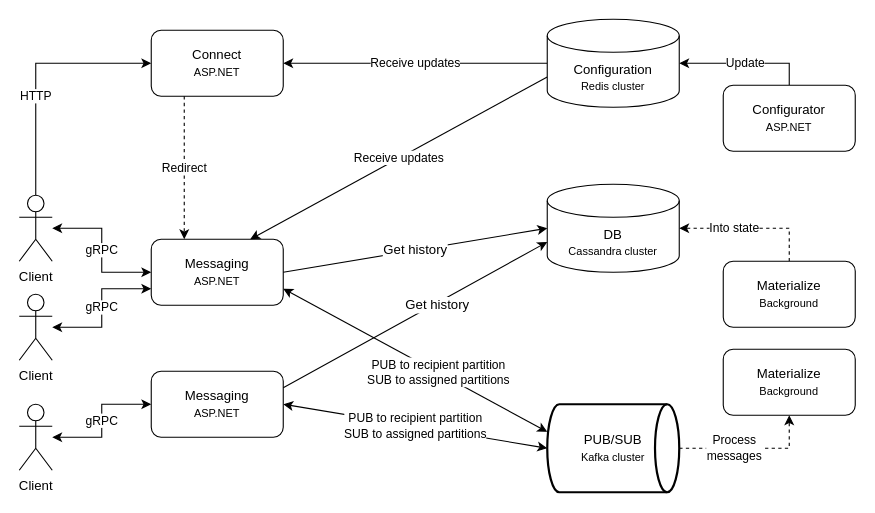
Earlier version of the draw.io diagram docs/cecochat-01-overall.drawio (cvetomir-todorov/CecoChat). Source tidied: cells renumbered, new cells numbered last; positions are measured from the earlier drawing's top-left corner, leaving out a move shared by most shapes. Both pictures are drawn from the tidied source at 110%, with x=0, y=0 at pixel (19, 19).
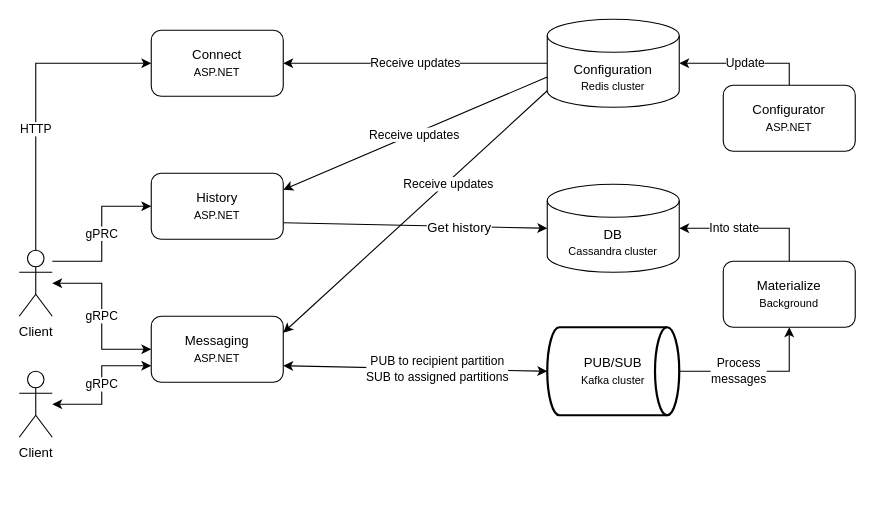
The same page after the edit.

Commit message (it also covers changes not shown here):
Add history server to design diagrams

The change refers to these unchanged cells:
```xml
<mxCell id="15" value="DB&lt;br&gt;&lt;font style=&quot;font-size: 10px&quot;&gt;Cassandra cluster&lt;/font&gt;" style="shape=cylinder3;whiteSpace=wrap;html=1;boundedLbl=1;backgroundOutline=1;size=15;" parent="1" vertex="1">
  <mxGeometry x="480" y="150" width="120" height="80" as="geometry" />
</mxCell>
<mxCell id="19" value="&lt;font style=&quot;font-size: 12px&quot;&gt;Connect&lt;/font&gt;&lt;br&gt;&lt;font style=&quot;font-size: 10px&quot;&gt;ASP.NET&lt;/font&gt;" style="rounded=1;whiteSpace=wrap;html=1;" parent="1" vertex="1">
  <mxGeometry x="120" y="10" width="120" height="60" as="geometry" />
</mxCell>
<mxCell id="27" value="Configuration&lt;br&gt;&lt;font style=&quot;font-size: 10px&quot;&gt;Redis cluster&lt;/font&gt;" style="shape=cylinder3;whiteSpace=wrap;html=1;boundedLbl=1;backgroundOutline=1;size=15;" parent="1" vertex="1">
  <mxGeometry x="480" width="120" height="80" as="geometry" />
</mxCell>
```

Diff of the diagram source:
```diff
@@
+    <mxCell id="28" value="gPRC" style="edgeStyle=orthogonalEdgeStyle;rounded=0;jettySize=auto;html=1;entryX=0;entryY=0.5;entryDx=0;entryDy=0;" parent="1" edge="1" source="4" target="29">
+      <mxGeometry relative="1" as="geometry">
+        <Array as="points">
+          <mxPoint x="75" y="220" />
+          <mxPoint x="75" y="170" />
+        </Array>
+      </mxGeometry>
+    </mxCell>
     <mxCell id="4" value="Client" style="shape=umlActor;verticalLabelPosition=bottom;verticalAlign=top;html=1;outlineConnect=0;" parent="1" vertex="1">
-      <mxGeometry y="160" width="30" height="60" as="geometry" />
+      <mxGeometry y="210" width="30" height="60" as="geometry" />
     </mxCell>
-    <mxCell id="5" value="gRPC" style="edgeStyle=orthogonalEdgeStyle;rounded=0;jettySize=auto;html=1;entryX=0;entryY=0.5;entryDx=0;entryDy=0;startArrow=classic;startFill=1;" parent="1" edge="1" source="6" target="12">
-      <mxGeometry relative="1" as="geometry" />
-    </mxCell>
-    <mxCell id="6" value="Client" style="shape=umlActor;verticalLabelPosition=bottom;verticalAlign=top;html=1;outlineConnect=0;" parent="1" vertex="1">
-      <mxGeometry y="350" width="30" height="60" as="geometry" />
-    </mxCell>
@@
     <mxCell id="8" value="Client" style="shape=umlActor;verticalLabelPosition=bottom;verticalAlign=top;html=1;outlineConnect=0;" parent="1" vertex="1">
-      <mxGeometry y="250" width="30" height="60" as="geometry" />
+      <mxGeometry y="320" width="30" height="60" as="geometry" />
     </mxCell>
-    <mxCell id="9" value="PUB to recipient partition&lt;br&gt;&lt;div&gt;SUB to assigned partitions&lt;/div&gt;" style="rounded=0;jettySize=auto;html=1;entryX=0;entryY=0.313;entryDx=0;entryDy=0;entryPerimeter=0;startArrow=classic;startFill=1;exitX=1;exitY=0.75;exitDx=0;exitDy=0;" parent="1" edge="1" source="10" target="14">
+    <mxCell id="9" value="PUB to recipient partition&lt;br&gt;&lt;div&gt;SUB to assigned partitions&lt;/div&gt;" style="rounded=0;jettySize=auto;html=1;entryX=0;entryY=0.5;entryDx=0;entryDy=0;entryPerimeter=0;startArrow=classic;startFill=1;exitX=1;exitY=0.75;exitDx=0;exitDy=0;" parent="1" edge="1" source="10" target="14">
       <mxGeometry x="0.17" relative="1" as="geometry" />
     </mxCell>
     <mxCell id="10" value="&lt;font style=&quot;font-size: 12px&quot;&gt;Messaging&lt;/font&gt;&lt;br&gt;&lt;font style=&quot;font-size: 10px&quot;&gt;ASP.NET&lt;/font&gt;" style="rounded=1;whiteSpace=wrap;html=1;" parent="1" vertex="1">
-      <mxGeometry x="120" y="200" width="120" height="60" as="geometry" />
+      <mxGeometry x="120" y="270" width="120" height="60" as="geometry" />
     </mxCell>
-    <mxCell id="11" value="PUB to recipient partition&lt;br&gt;&lt;div&gt;SUB to assigned partitions&lt;/div&gt;" style="edgeStyle=none;rounded=0;jettySize=auto;html=1;entryX=0;entryY=0.5;entryDx=0;entryDy=0;entryPerimeter=0;startArrow=classic;startFill=1;exitX=1;exitY=0.5;exitDx=0;exitDy=0;align=center;" parent="1" edge="1" source="12" target="14">
-      <mxGeometry relative="1" as="geometry" />
-    </mxCell>
-    <mxCell id="12" value="Messaging&lt;br&gt;&lt;font style=&quot;font-size: 10px&quot;&gt;ASP.NET&lt;/font&gt;" style="rounded=1;whiteSpace=wrap;html=1;" parent="1" vertex="1">
-      <mxGeometry x="120" y="320" width="120" height="60" as="geometry" />
-    </mxCell>
-    <mxCell id="13" value="Process&lt;br&gt;messages" style="edgeStyle=orthogonalEdgeStyle;rounded=0;jettySize=auto;html=1;entryX=0.5;entryY=1;entryDx=0;entryDy=0;dashed=1;" parent="1" edge="1" source="14" target="23">
+    <mxCell id="13" value="Process&lt;br&gt;messages" style="edgeStyle=orthogonalEdgeStyle;rounded=0;jettySize=auto;html=1;entryX=0.5;entryY=1;entryDx=0;entryDy=0;" parent="1" edge="1" source="14" target="23">
       <mxGeometry x="-0.23" relative="1" as="geometry" />
     </mxCell>
     <mxCell id="14" value="PUB/SUB&lt;br&gt;&lt;font style=&quot;font-size: 10px&quot;&gt;Kafka cluster&lt;/font&gt;" style="strokeWidth=2;html=1;shape=mxgraph.flowchart.direct_data;whiteSpace=wrap;" parent="1" vertex="1">
-      <mxGeometry x="480" y="350" width="120" height="80" as="geometry" />
+      <mxGeometry x="480" y="280" width="120" height="80" as="geometry" />
     </mxCell>
@@
-    <mxCell id="16" value="&lt;font style=&quot;font-size: 12px&quot;&gt;Get history&lt;/font&gt;" style="rounded=0;jettySize=auto;html=1;entryX=0;entryY=0.5;entryDx=0;entryDy=0;entryPerimeter=0;startArrow=none;startFill=0;exitX=1;exitY=0.5;exitDx=0;exitDy=0;" parent="1" edge="1" source="10" target="15">
-      <mxGeometry relative="1" as="geometry" />
+    <mxCell id="16" value="&lt;font style=&quot;font-size: 12px&quot;&gt;Get history&lt;/font&gt;" style="rounded=0;jettySize=auto;html=1;entryX=0;entryY=0.5;entryDx=0;entryDy=0;entryPerimeter=0;startArrow=none;startFill=0;exitX=1;exitY=0.75;exitDx=0;exitDy=0;" parent="1" edge="1" source="29" target="15">
+      <mxGeometry x="0.33" y="-2" relative="1" as="geometry" />
     </mxCell>
-    <mxCell id="17" value="&lt;font style=&quot;font-size: 12px&quot;&gt;Get history&lt;/font&gt;" style="rounded=0;jettySize=auto;html=1;entryX=0;entryY=0;entryDx=0;entryDy=52.5;entryPerimeter=0;startArrow=none;startFill=0;exitX=1;exitY=0.25;exitDx=0;exitDy=0;" parent="1" edge="1" source="12" target="15">
-      <mxGeometry x="0.16" y="-2" relative="1" as="geometry" />
-    </mxCell>
@@
-    <mxCell id="20" value="Redirect" style="endArrow=classic;html=1;exitX=0.25;exitY=1;exitDx=0;exitDy=0;entryX=0.25;entryY=0;entryDx=0;entryDy=0;dashed=1;" parent="1" edge="1" source="19" target="10">
-      <mxGeometry relative="1" as="geometry" />
-    </mxCell>
-    <mxCell id="21" value="Into state" style="edgeStyle=orthogonalEdgeStyle;rounded=0;jettySize=auto;html=1;entryX=1;entryY=0.5;entryDx=0;entryDy=0;entryPerimeter=0;dashed=1;" parent="1" edge="1" source="22" target="15">
+    <mxCell id="21" value="Into state" style="edgeStyle=orthogonalEdgeStyle;rounded=0;jettySize=auto;html=1;entryX=1;entryY=0.5;entryDx=0;entryDy=0;entryPerimeter=0;exitX=0.5;exitY=0;exitDx=0;exitDy=0;" parent="1" edge="1" source="23" target="15">
       <mxGeometry x="0.23" relative="1" as="geometry">
         <Array as="points">
           <mxPoint x="700" y="190" />
         </Array>
       </mxGeometry>
     </mxCell>
-    <mxCell id="22" value="Materialize&lt;br&gt;&lt;font style=&quot;font-size: 10px&quot;&gt;Background&lt;/font&gt;" style="rounded=1;whiteSpace=wrap;html=1;" parent="1" vertex="1">
-      <mxGeometry x="640" y="220" width="120" height="60" as="geometry" />
-    </mxCell>
     <mxCell id="23" value="Materialize&lt;br&gt;&lt;font style=&quot;font-size: 10px&quot;&gt;Background&lt;/font&gt;" style="rounded=1;whiteSpace=wrap;html=1;" parent="1" vertex="1">
-      <mxGeometry x="640" y="300" width="120" height="60" as="geometry" />
+      <mxGeometry x="640" y="220" width="120" height="60" as="geometry" />
     </mxCell>
@@
-    <mxCell id="26" value="Receive updates" style="endArrow=classic;html=1;exitX=0;exitY=0;exitDx=0;exitDy=52.5;entryX=0.75;entryY=0;entryDx=0;entryDy=0;exitPerimeter=0;" parent="1" edge="1" source="27" target="10">
-      <mxGeometry relative="1" as="geometry" />
+    <mxCell id="26" value="Receive updates" style="endArrow=classic;html=1;exitX=0;exitY=1;exitDx=0;exitDy=-15;entryX=1;entryY=0.25;entryDx=0;entryDy=0;exitPerimeter=0;" parent="1" edge="1" source="27" target="10">
+      <mxGeometry x="-0.24" y="2" relative="1" as="geometry" />
     </mxCell>
@@
+    <mxCell id="29" value="&lt;font style=&quot;font-size: 12px&quot;&gt;History&lt;/font&gt;&lt;br&gt;&lt;font style=&quot;font-size: 10px&quot;&gt;ASP.NET&lt;/font&gt;" style="rounded=1;whiteSpace=wrap;html=1;" parent="1" vertex="1">
+      <mxGeometry x="120" y="140" width="120" height="60" as="geometry" />
+    </mxCell>
+    <mxCell id="30" value="Receive updates" style="endArrow=classic;html=1;exitX=0;exitY=0;exitDx=0;exitDy=52.5;entryX=1;entryY=0.25;entryDx=0;entryDy=0;exitPerimeter=0;" parent="1" edge="1" source="27" target="29">
+      <mxGeometry x="0.01" y="1" relative="1" as="geometry" />
+    </mxCell>
```
